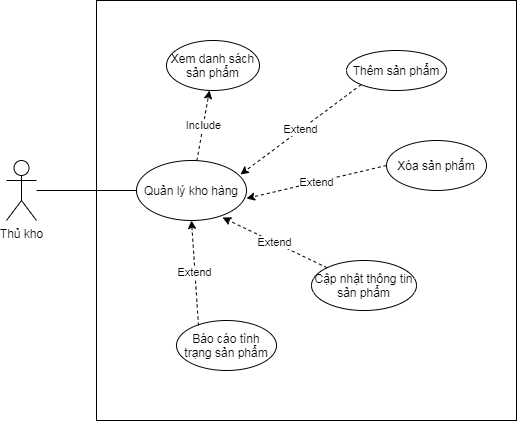
This is Diagram/UseCase/QL_HangHoa.png from TccKaiCi/PTTK_CuaHangGiay, a draw.io export, as it was before one commit. Source tidied: cells renumbered, new cells last; positions are measured from the earlier drawing's top-left corner, leaving out a move shared by most shapes.
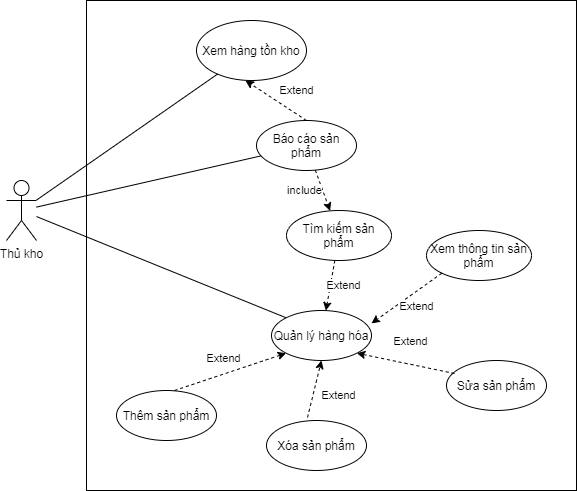
The same file after the commit.

Commit message:
Chung_UseCase_1

Change to the diagram source:
```diff
@@ -3,48 +3,64 @@
     <mxCell id="0" />
     <mxCell id="1" parent="0" />
     <mxCell id="2" value="Thủ kho" style="shape=umlActor;verticalLabelPosition=bottom;verticalAlign=top;html=1;outlineConnect=0;" parent="1" vertex="1">
-      <mxGeometry y="160" width="30" height="60" as="geometry" />
+      <mxGeometry x="40" y="110" width="30" height="60" as="geometry" />
     </mxCell>
     <mxCell id="3" style="whiteSpace=wrap;html=1;fillColor=none;" parent="1" vertex="1">
-      <mxGeometry x="90" width="420" height="420" as="geometry" />
+      <mxGeometry x="120" y="-70" width="490" height="490" as="geometry" />
     </mxCell>
-    <mxCell id="4" value="Quản lý kho hàng" style="ellipse;whiteSpace=wrap;html=1;fillColor=none;" parent="1" vertex="1">
-      <mxGeometry x="130" y="160" width="110" height="60" as="geometry" />
-    </mxCell>
-    <mxCell id="5" style="endArrow=none;html=1;entryX=0;entryY=0.5;entryDx=0;entryDy=0;" parent="1" edge="1" source="2" target="4">
-      <mxGeometry relative="1" as="geometry" />
-    </mxCell>
+    <mxCell id="16" value="Xem hàng tồn kho" style="ellipse;whiteSpace=wrap;html=1;fillColor=none;" parent="1" vertex="1">
+      <mxGeometry x="230" y="-50" width="110" height="60" as="geometry" />
+    </mxCell>
+    <mxCell id="17" value="Quản lý hàng hóa" style="ellipse;whiteSpace=wrap;html=1;fillColor=none;" parent="1" vertex="1">
+      <mxGeometry x="305" y="240" width="100" height="50" as="geometry" />
+    </mxCell>
+    <mxCell id="18" value="Báo cáo sản phẩm" style="ellipse;whiteSpace=wrap;html=1;fillColor=none;" parent="1" vertex="1">
+      <mxGeometry x="290" y="50" width="100" height="50" as="geometry" />
+    </mxCell>
+    <mxCell id="19" value="Tìm kiếm sản phẩm" style="ellipse;whiteSpace=wrap;html=1;fillColor=none;" parent="1" vertex="1">
+      <mxGeometry x="320" y="140" width="105" height="50" as="geometry" />
+    </mxCell>
+    <mxCell id="20" style="endArrow=none;html=1;" parent="1" edge="1" source="2" target="16">
+      <mxGeometry relative="1" as="geometry" />
+    </mxCell>
+    <mxCell id="21" style="endArrow=none;html=1;" parent="1" edge="1" source="2" target="18">
+      <mxGeometry relative="1" as="geometry" />
+    </mxCell>
+    <mxCell id="22" style="endArrow=none;html=1;entryX=0;entryY=0;entryDx=0;entryDy=0;" parent="1" edge="1" source="2" target="17">
+      <mxGeometry relative="1" as="geometry" />
+    </mxCell>
+    <mxCell id="23" value="Extend" style="endArrow=classic;html=1;dashed=1;entryX=0.445;entryY=1;entryDx=0;entryDy=0;entryPerimeter=0;exitX=0.5;exitY=0;exitDx=0;exitDy=0;" parent="1" edge="1" source="18" target="16">
+      <mxGeometry x="-0.32" y="-20" relative="1" as="geometry" />
+    </mxCell>
     <mxCell id="6" value="Thêm sản phẩm" style="ellipse;whiteSpace=wrap;html=1;fillColor=none;" parent="1" vertex="1">
-      <mxGeometry x="340" y="50" width="100" height="40" as="geometry" />
+      <mxGeometry x="150" y="320" width="100" height="50" as="geometry" />
     </mxCell>
     <mxCell id="7" value="Xóa sản phẩm" style="ellipse;whiteSpace=wrap;html=1;fillColor=none;" parent="1" vertex="1">
-      <mxGeometry x="380" y="140" width="100" height="50" as="geometry" />
+      <mxGeometry x="300" y="350" width="100" height="50" as="geometry" />
     </mxCell>
-    <mxCell id="8" value="Cập nhật&amp;nbsp;thông tin sản phẩm" style="ellipse;whiteSpace=wrap;html=1;fillColor=none;" parent="1" vertex="1">
-      <mxGeometry x="305" y="260" width="105" height="50" as="geometry" />
-    </mxCell>
-    <mxCell id="9" value="Báo cáo tình trạng sản phẩm" style="ellipse;whiteSpace=wrap;html=1;fillColor=none;" parent="1" vertex="1">
-      <mxGeometry x="170" y="320" width="100" height="50" as="geometry" />
-    </mxCell>
-    <mxCell id="10" value="Xem danh sách sản phẩm" style="ellipse;whiteSpace=wrap;html=1;fillColor=none;" parent="1" vertex="1">
-      <mxGeometry x="160" y="40" width="93" height="50" as="geometry" />
-    </mxCell>
-    <mxCell id="11" value="Extend" style="endArrow=classic;html=1;dashed=1;exitX=0;exitY=1;exitDx=0;exitDy=0;entryX=0.945;entryY=0.233;entryDx=0;entryDy=0;entryPerimeter=0;" parent="1" edge="1" source="6" target="4">
-      <mxGeometry relative="1" as="geometry" />
-    </mxCell>
-    <mxCell id="12" value="Extend" style="endArrow=classic;html=1;dashed=1;exitX=0;exitY=0.5;exitDx=0;exitDy=0;entryX=1;entryY=0.633;entryDx=0;entryDy=0;entryPerimeter=0;" parent="1" edge="1" source="7" target="4">
-      <mxGeometry relative="1" as="geometry" />
-    </mxCell>
-    <mxCell id="13" value="Extend" style="endArrow=classic;html=1;dashed=1;exitX=0.22;exitY=0.1;exitDx=0;exitDy=0;entryX=0.5;entryY=1;entryDx=0;entryDy=0;exitPerimeter=0;" parent="1" edge="1" source="9" target="4">
-      <mxGeometry relative="1" as="geometry" />
-    </mxCell>
-    <mxCell id="14" value="Extend" style="endArrow=classic;html=1;dashed=1;exitX=0;exitY=0;exitDx=0;exitDy=0;entryX=0.782;entryY=0.95;entryDx=0;entryDy=0;entryPerimeter=0;" parent="1" edge="1" source="8" target="4">
-      <mxGeometry relative="1" as="geometry" />
-    </mxCell>
-    <mxCell id="15" value="Include" style="endArrow=classic;html=1;dashed=1;" parent="1" edge="1" source="4">
-      <mxGeometry relative="1" as="geometry">
-        <mxPoint x="203" y="90" as="targetPoint" />
-      </mxGeometry>
-    </mxCell>
+    <mxCell id="24" value="Sửa sản phẩm" style="ellipse;whiteSpace=wrap;html=1;fillColor=none;" parent="1" vertex="1">
+      <mxGeometry x="480" y="290" width="100" height="50" as="geometry" />
+    </mxCell>
+    <mxCell id="25" value="include" style="endArrow=classic;html=1;dashed=1;" parent="1" edge="1" source="18" target="19">
+      <mxGeometry x="-0.27" y="-17" relative="1" as="geometry" />
+    </mxCell>
+    <mxCell id="26" value="Extend" style="endArrow=classic;html=1;dashed=1;entryX=0;entryY=1;entryDx=0;entryDy=0;exitX=0.58;exitY=0;exitDx=0;exitDy=0;exitPerimeter=0;" parent="1" edge="1" source="6" target="17">
+      <mxGeometry x="-0.03" y="15" relative="1" as="geometry" />
+    </mxCell>
+    <mxCell id="27" value="Extend" style="endArrow=classic;html=1;dashed=1;entryX=0.5;entryY=1;entryDx=0;entryDy=0;exitX=0.41;exitY=-0.06;exitDx=0;exitDy=0;exitPerimeter=0;" parent="1" edge="1" source="7" target="17">
+      <mxGeometry x="-0.02" y="-25" relative="1" as="geometry" />
+    </mxCell>
+    <mxCell id="28" value="Extend" style="endArrow=classic;html=1;dashed=1;entryX=1;entryY=1;entryDx=0;entryDy=0;exitX=0.08;exitY=0.26;exitDx=0;exitDy=0;exitPerimeter=0;" parent="1" edge="1" source="24" target="17">
+      <mxGeometry x="-0.02" y="-22" relative="1" as="geometry" />
+    </mxCell>
+    <mxCell id="29" value="Xem thông tin sản phẩm" style="ellipse;whiteSpace=wrap;html=1;fillColor=none;" parent="1" vertex="1">
+      <mxGeometry x="460" y="160" width="105" height="50" as="geometry" />
+    </mxCell>
+    <mxCell id="30" value="Extend" style="endArrow=classic;html=1;dashed=1;" parent="1" edge="1" source="19" target="17">
+      <mxGeometry x="-0.07" y="13" relative="1" as="geometry" />
+    </mxCell>
+    <mxCell id="31" value="Extend" style="endArrow=classic;html=1;dashed=1;exitX=0;exitY=1;exitDx=0;exitDy=0;entryX=1;entryY=0.257;entryDx=0;entryDy=0;entryPerimeter=0;" parent="1" edge="1" source="29" target="17">
+      <mxGeometry x="-0.07" y="13" relative="1" as="geometry" />
+    </mxCell>
   </root>
 </mxGraphModel>
```
